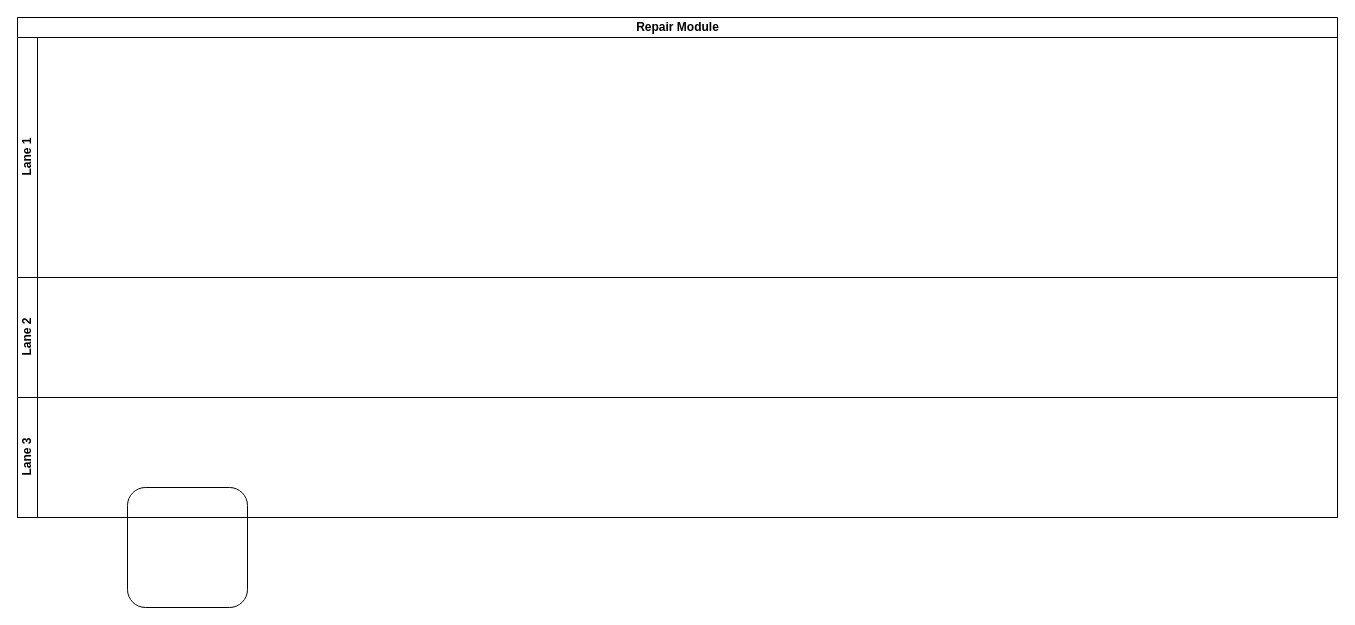
Earlier version of the draw.io diagram MES Flow/Repair Flow.drawio (vinceliao99/MyDiagrams). Source tidied: cells renumbered, new cells numbered last; positions are measured from the earlier drawing's top-left corner, leaving out a move shared by most shapes. Both pictures are drawn from the tidied source at 100%, with x=0, y=0 at pixel (17, 17).
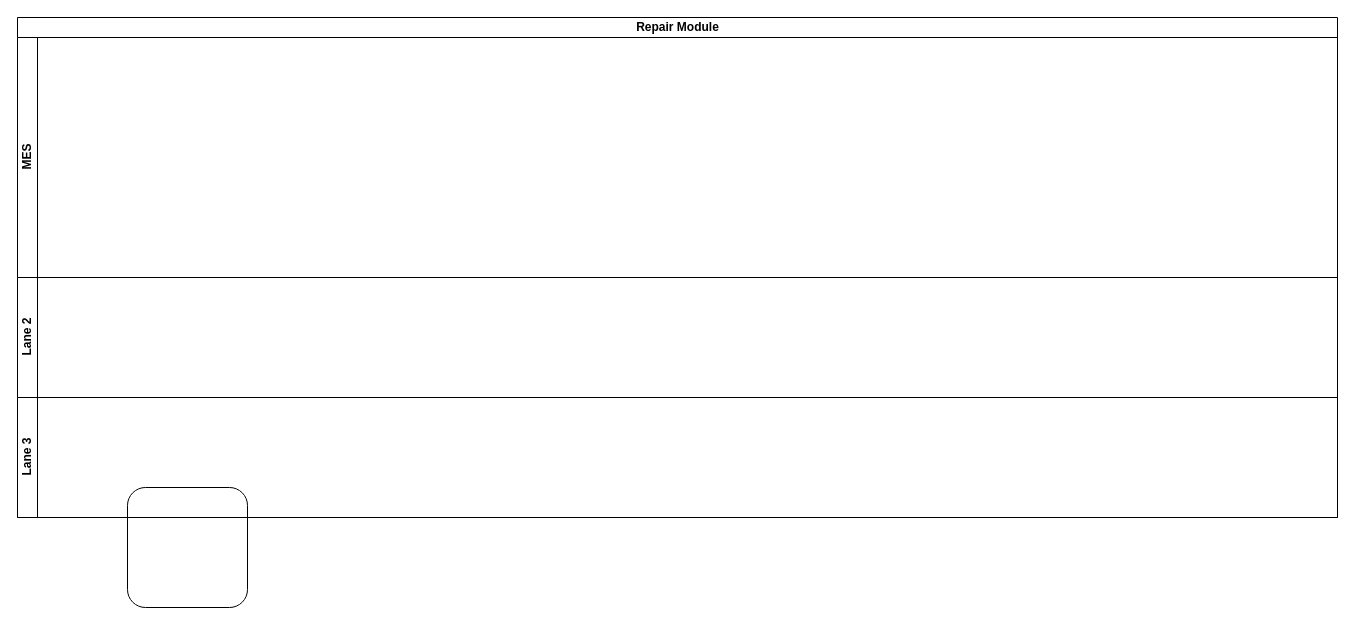
After the change.

Diff of the diagram source:
```diff
@@
 <mxGraphModel>
   <root>
     <mxCell id="0" />
     <mxCell id="1" parent="0" />
     <mxCell id="2" style="rounded=1;whiteSpace=wrap;html=1;" parent="1" vertex="1">
       <mxGeometry x="110" y="470" width="120" height="120" as="geometry" />
     </mxCell>
     <mxCell id="3" value="Repair Module" style="swimlane;horizontal=1;startSize=20;html=1;" parent="1" vertex="1">
       <mxGeometry width="1320" height="500" as="geometry" />
     </mxCell>
-    <mxCell id="4" value="Lane 1" style="swimlane;startSize=20;horizontal=0;html=1;" parent="3" vertex="1">
+    <mxCell id="4" value="MES" style="swimlane;startSize=20;horizontal=0;html=1;" parent="3" vertex="1">
       <mxGeometry y="20" width="1320" height="240" as="geometry" />
     </mxCell>
     <mxCell id="5" value="Lane 2" style="swimlane;startSize=20;horizontal=0;html=1;" parent="3" vertex="1">
       <mxGeometry y="260" width="1320" height="120" as="geometry" />
     </mxCell>
     <mxCell id="6" value="Lane 3" style="swimlane;startSize=20;horizontal=0;html=1;" parent="3" vertex="1">
       <mxGeometry y="380" width="1320" height="120" as="geometry" />
     </mxCell>
   </root>
 </mxGraphModel>
```
